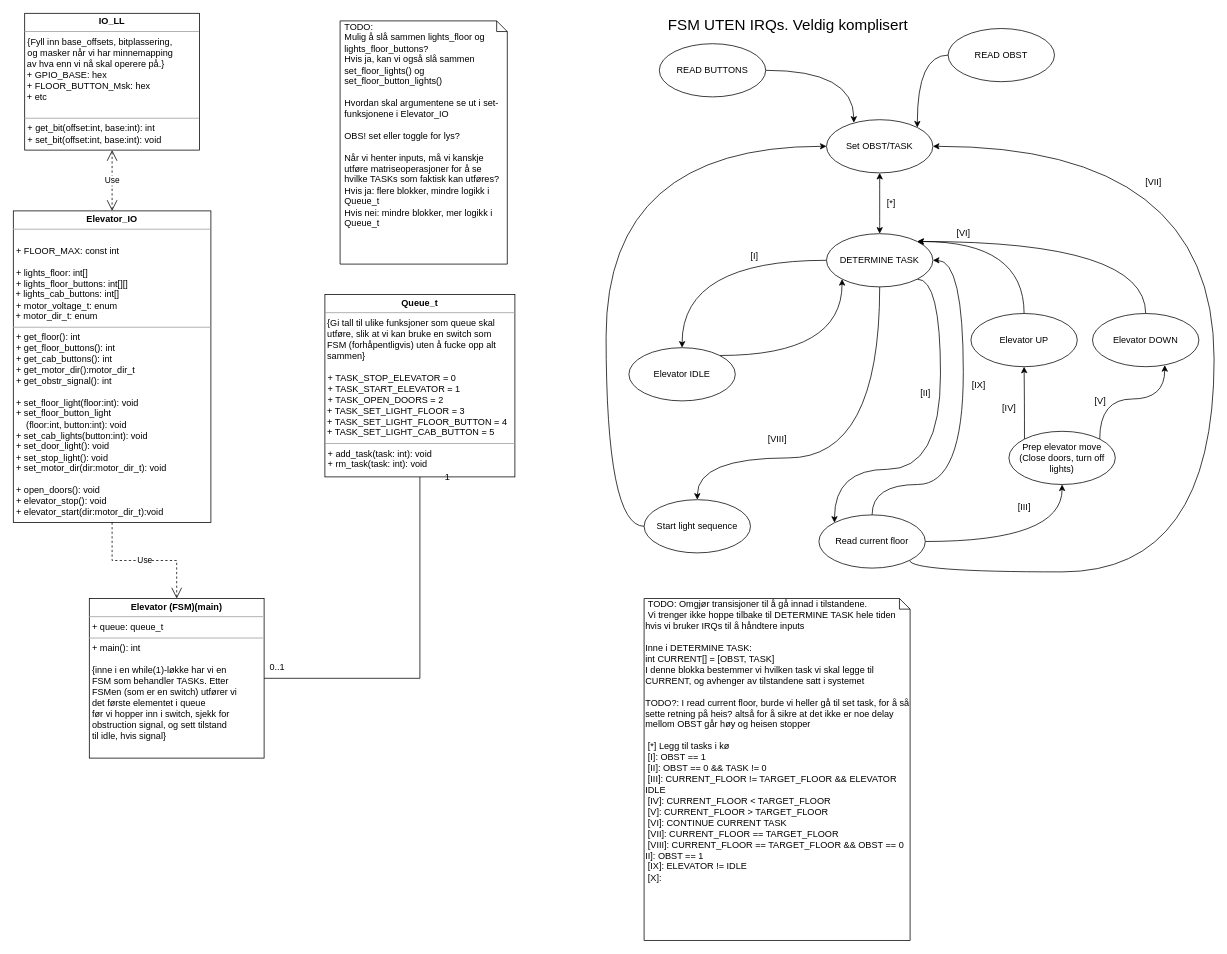
Above: UML_Elevator.drawio in chrstrom/monkey_elevator (draw.io), before the change. Source tidied: cells renumbered, new cells numbered last; positions are measured from the earlier drawing's top-left corner, leaving out a move shared by most shapes. Both pictures are drawn from the tidied source at 76%, with x=0, y=0 at pixel (13, 13).
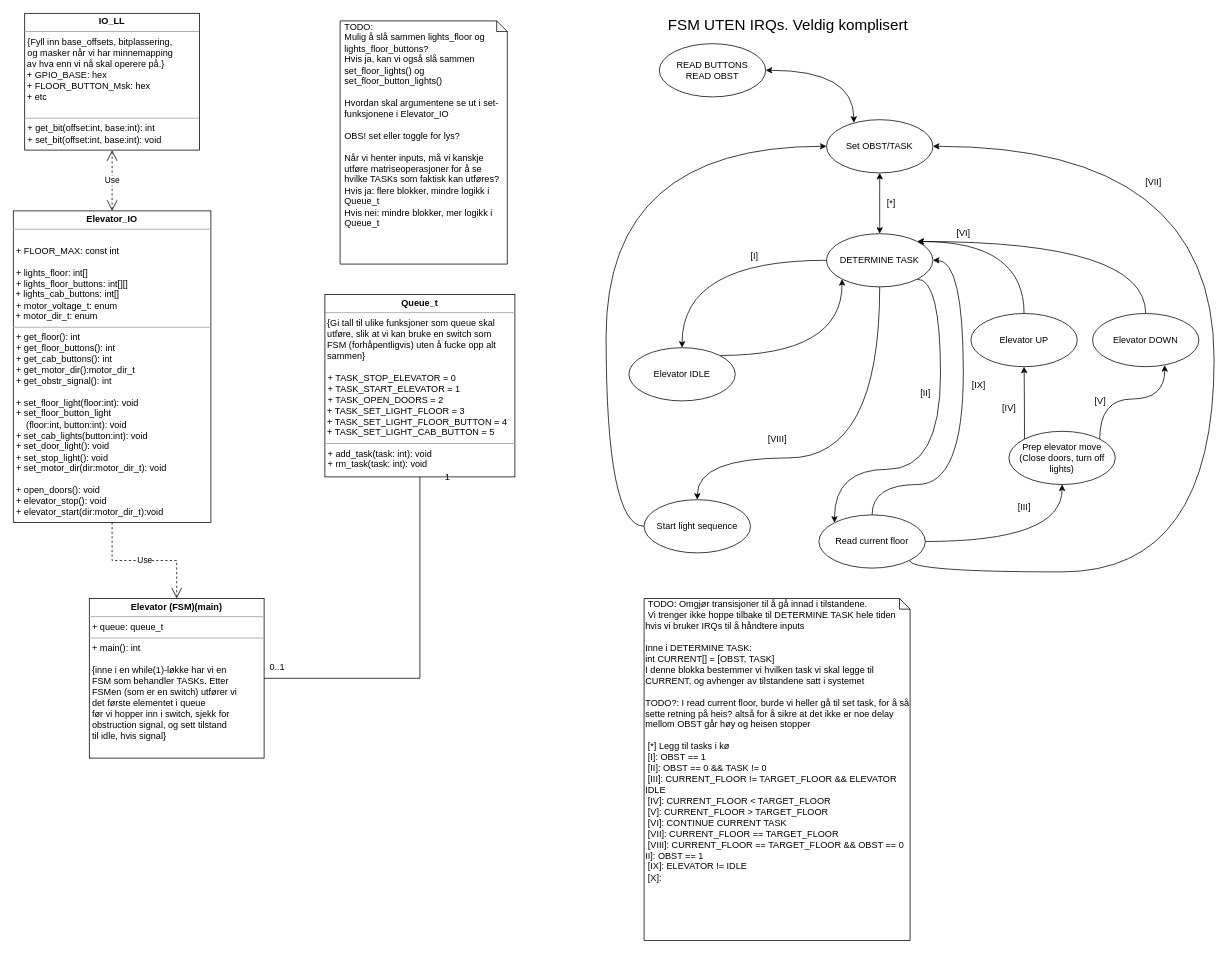
The same page after the edit.

The change refers to these unchanged cells:
```xml
<mxCell id="19" value="Set OBST/TASK" style="ellipse;whiteSpace=wrap;html=1;" parent="1" vertex="1">
  <mxGeometry x="1070" y="140" width="140" height="70" as="geometry" />
</mxCell>
```

Change to the diagram source:
```diff
@@
-    <mxCell id="20" style="edgeStyle=orthogonalEdgeStyle;jettySize=auto;html=1;entryX=1;entryY=0;entryDx=0;entryDy=0;curved=1;" parent="1" edge="1" source="21" target="19">
-      <mxGeometry relative="1" as="geometry" />
-    </mxCell>
-    <mxCell id="21" value="READ OBST" style="ellipse;whiteSpace=wrap;html=1;" parent="1" vertex="1">
-      <mxGeometry x="1230" y="20" width="140" height="70" as="geometry" />
-    </mxCell>
@@
-    <mxCell id="36" style="edgeStyle=orthogonalEdgeStyle;curved=1;jettySize=auto;html=1;entryX=0.257;entryY=0.057;entryDx=0;entryDy=0;startArrow=none;startFill=0;endArrow=classic;endFill=1;entryPerimeter=0;" parent="1" edge="1" source="37" target="19">
+    <mxCell id="36" style="edgeStyle=orthogonalEdgeStyle;curved=1;jettySize=auto;html=1;entryX=0.257;entryY=0.057;entryDx=0;entryDy=0;startArrow=classic;startFill=1;endArrow=classic;endFill=1;entryPerimeter=0;" parent="1" edge="1" source="37" target="19">
       <mxGeometry relative="1" as="geometry" />
     </mxCell>
-    <mxCell id="37" value="READ BUTTONS" style="ellipse;whiteSpace=wrap;html=1;" parent="1" vertex="1">
+    <mxCell id="37" value="&lt;div&gt;READ BUTTONS&lt;/div&gt;&lt;div&gt;READ OBST&lt;br&gt;&lt;/div&gt;" style="ellipse;whiteSpace=wrap;html=1;" parent="1" vertex="1">
       <mxGeometry x="850" y="40" width="140" height="70" as="geometry" />
     </mxCell>
```
